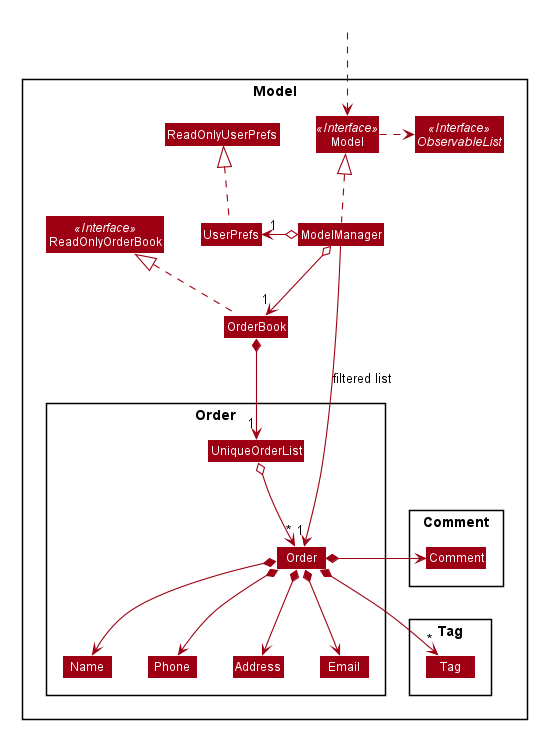
Earlier version of the PlantUML export images/ModelClassDiagram.png (AY1920S2-CS2103T-W12-1/main). Source of this version:
```plantuml
@startuml








skinparam BackgroundColor #FFFFFFF

skinparam Shadowing false

skinparam Class {
    FontColor #FFFFFF
    BorderThickness 1
    BorderColor #FFFFFF
    StereotypeFontColor #FFFFFF
    FontName Arial
}

skinparam Actor {
    BorderColor #000000
    Color #000000
    FontName Arial
}

skinparam Sequence {
    MessageAlign center
    BoxFontSize 15
    BoxPadding 0
    BoxFontColor #FFFFFF
    FontName Arial
}

skinparam Participant {
    FontColor #FFFFFFF
    Padding 20
}

skinparam MinClassWidth 50
skinparam ParticipantPadding 10
skinparam Shadowing false
skinparam DefaultTextAlignment center
skinparam packageStyle Rectangle

hide footbox
hide members
hide circle
skinparam arrowThickness 1.1
skinparam arrowColor #9D0012
skinparam classBackgroundColor #9D0012

Package Model <<Rectangle>>{
Interface ReadOnlyOrderBook <<Interface>>
Interface Model <<Interface>>
Interface ObservableList <<Interface>>
Class OrderBook
Class ReadOnlyOrderBook
Class Model
Class ModelManager
Class UserPrefs
Class ReadOnlyUserPrefs

Package Order {
Class Order
Class Address
Class Email
Class Name
Class Phone
Class UniqueOrderList
}

Package Tag {
Class Tag
}

Package Comment {
Class Comment
}
}

Class HiddenOutside #FFFFFF
HiddenOutside ..> Model

OrderBook .up.|> ReadOnlyOrderBook

ModelManager .up.|> Model
Model .right.> ObservableList
ModelManager o--> "1" OrderBook
ModelManager o-left-> "1" UserPrefs
UserPrefs .up.|> ReadOnlyUserPrefs

OrderBook *--> "1" UniqueOrderList
UniqueOrderList o--> "*" Order
Order *--> Name
Order *--> Phone
Order *--> Email
Order *--> Address
Order *--> "*" Tag
Order *--> Comment

Name -[hidden]right-> Phone
Phone -[hidden]right-> Address
Address -[hidden]right-> Email
Order -[hidden]left-> Comment

ModelManager -->"1" Order : filtered list
@enduml
```
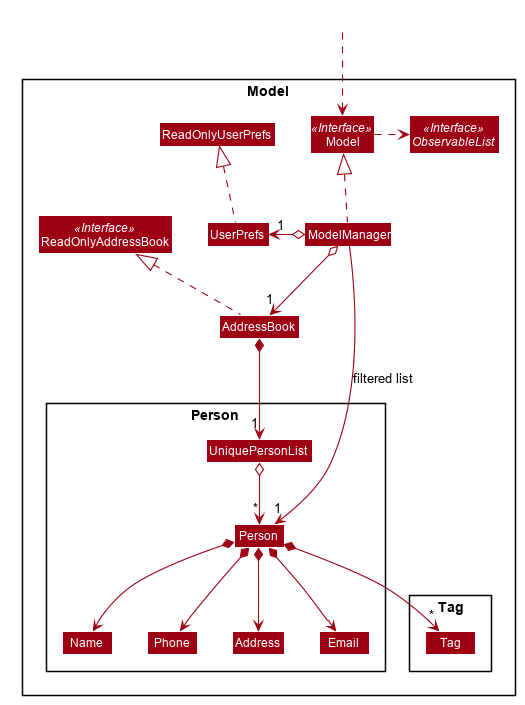
Above is the later version.

What changed in the source:
```diff
@@ -52,58 +52,52 @@
 skinparam classBackgroundColor #9D0012
 
 Package Model <<Rectangle>>{
-Interface ReadOnlyOrderBook <<Interface>>
+Interface ReadOnlyAddressBook <<Interface>>
 Interface Model <<Interface>>
 Interface ObservableList <<Interface>>
-Class OrderBook
-Class ReadOnlyOrderBook
+Class AddressBook
+Class ReadOnlyAddressBook
 Class Model
 Class ModelManager
 Class UserPrefs
 Class ReadOnlyUserPrefs
 
-Package Order {
-Class Order
+Package Person {
+Class Person
 Class Address
 Class Email
 Class Name
 Class Phone
-Class UniqueOrderList
+Class UniquePersonList
 }
 
 Package Tag {
 Class Tag
-}
-
-Package Comment {
-Class Comment
 }
 }
 
 Class HiddenOutside #FFFFFF
 HiddenOutside ..> Model
 
-OrderBook .up.|> ReadOnlyOrderBook
+AddressBook .up.|> ReadOnlyAddressBook
 
 ModelManager .up.|> Model
 Model .right.> ObservableList
-ModelManager o--> "1" OrderBook
+ModelManager o--> "1" AddressBook
 ModelManager o-left-> "1" UserPrefs
 UserPrefs .up.|> ReadOnlyUserPrefs
 
-OrderBook *--> "1" UniqueOrderList
-UniqueOrderList o--> "*" Order
-Order *--> Name
-Order *--> Phone
-Order *--> Email
-Order *--> Address
-Order *--> "*" Tag
-Order *--> Comment
+AddressBook *--> "1" UniquePersonList
+UniquePersonList o--> "*" Person
+Person *--> Name
+Person *--> Phone
+Person *--> Email
+Person *--> Address
+Person *--> "*" Tag
 
 Name -[hidden]right-> Phone
 Phone -[hidden]right-> Address
 Address -[hidden]right-> Email
-Order -[hidden]left-> Comment
 
-ModelManager -->"1" Order : filtered list
+ModelManager -->"1" Person : filtered list
 @enduml
```
